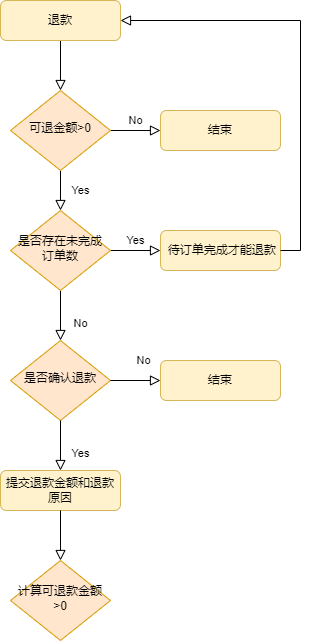
Earlier version of the draw.io export png/退款流程.png (ren9901/tourism-j2ee-wx). Source tidied: cells renumbered, new cells last; positions are measured from the earlier drawing's top-left corner, leaving out a move shared by most shapes.
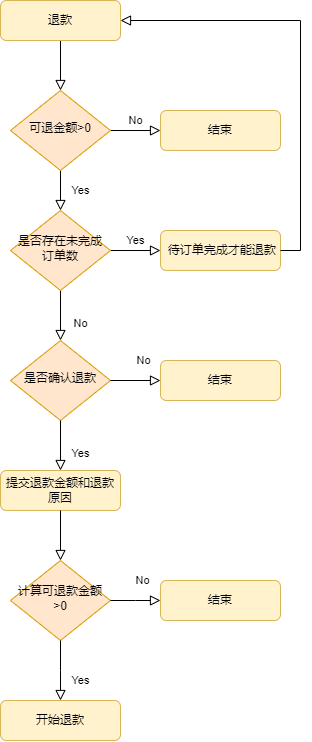
The same file after the commit.

Commit message:
更新退款流程.png

What changed in the source:
```diff
@@ -61,5 +61,21 @@
     <mxCell id="19" style="rounded=0;html=1;jettySize=auto;fontSize=11;endArrow=block;endFill=0;endSize=8;strokeWidth=1;shadow=0;labelBackgroundColor=none;edgeStyle=orthogonalEdgeStyle;exitX=0.5;exitY=1;exitDx=0;exitDy=0;entryX=0.5;entryY=0;entryDx=0;entryDy=0;" parent="1" edge="1" source="11" target="17">
       <mxGeometry x="0.33" y="20" relative="1" as="geometry" />
     </mxCell>
+    <mxCell id="20" value="Yes" style="rounded=0;html=1;jettySize=auto;fontSize=11;endArrow=block;endFill=0;endSize=8;strokeWidth=1;shadow=0;labelBackgroundColor=none;edgeStyle=orthogonalEdgeStyle;exitX=0.5;exitY=1;exitDx=0;exitDy=0;" parent="1" edge="1" source="17">
+      <mxGeometry x="0.33" y="20" relative="1" as="geometry">
+        <mxPoint x="60" y="700" as="targetPoint" />
+      </mxGeometry>
+    </mxCell>
+    <mxCell id="21" value="No" style="rounded=0;html=1;jettySize=auto;fontSize=11;endArrow=block;endFill=0;endSize=8;strokeWidth=1;shadow=0;labelBackgroundColor=none;edgeStyle=orthogonalEdgeStyle;exitX=1;exitY=0.5;exitDx=0;exitDy=0;" parent="1" edge="1" source="17">
+      <mxGeometry x="0.33" y="20" relative="1" as="geometry">
+        <mxPoint x="160" y="600" as="targetPoint" />
+      </mxGeometry>
+    </mxCell>
+    <mxCell id="22" value="结束" style="rounded=1;whiteSpace=wrap;html=1;fontSize=12;glass=0;strokeWidth=1;shadow=0;fillColor=#fff2cc;strokeColor=#d6b656;" parent="1" vertex="1">
+      <mxGeometry x="160" y="580" width="120" height="40" as="geometry" />
+    </mxCell>
+    <mxCell id="23" value="开始退款" style="rounded=1;whiteSpace=wrap;html=1;fontSize=12;glass=0;strokeWidth=1;shadow=0;fillColor=#fff2cc;strokeColor=#d6b656;" parent="1" vertex="1">
+      <mxGeometry y="700" width="120" height="40" as="geometry" />
+    </mxCell>
   </root>
 </mxGraphModel>
```
